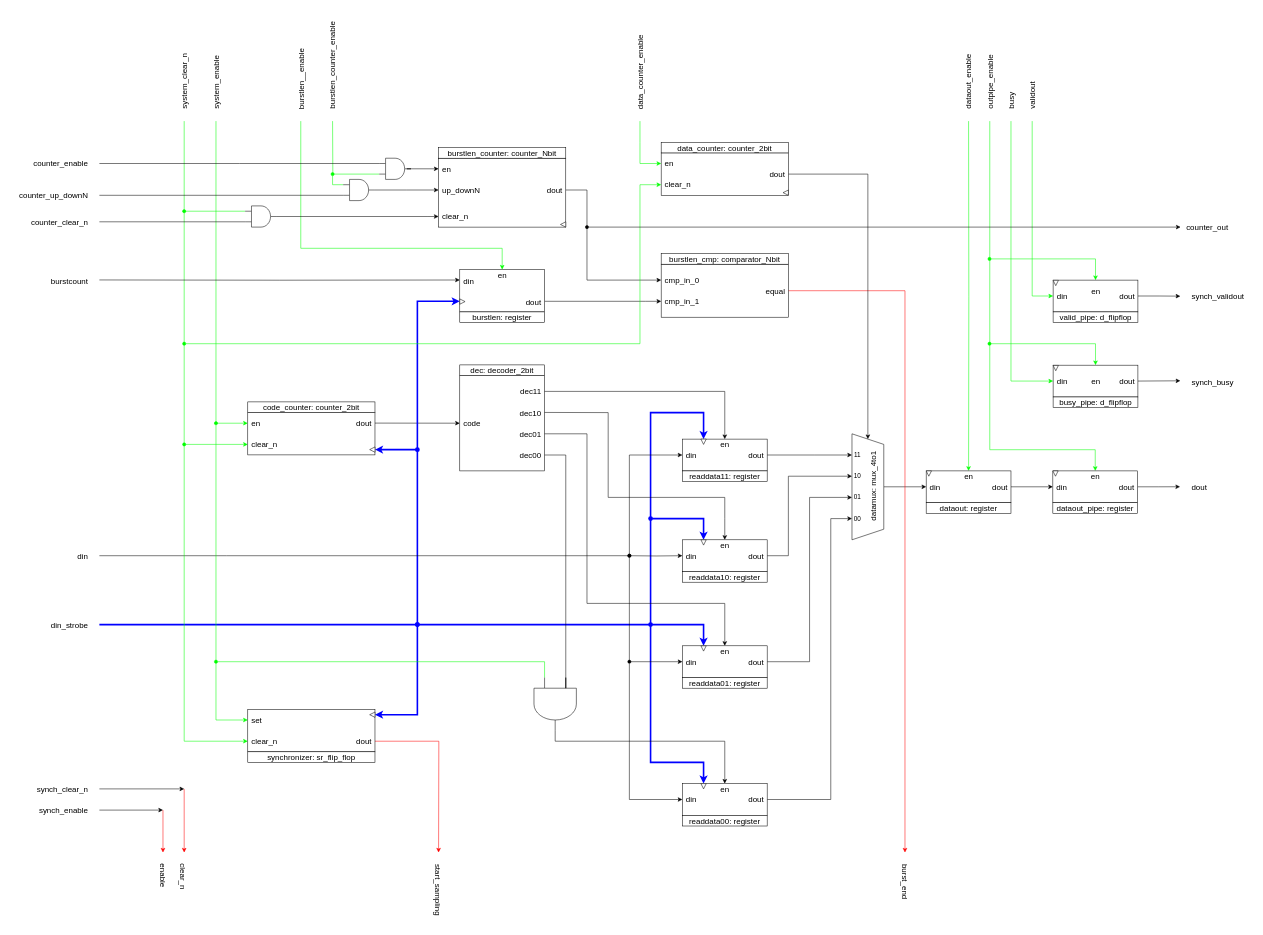
AndreaBononi/Intel_Cyclone10LP_systems keeps this draw.io diagram as page "synchronizer RTL" (9 of 12) of hyperram_system/ip/avs_to_hram_converter/schematics/avs_to_hram_converter.drawio. Above is the earlier version. Source tidied: cells renumbered, new cells numbered last; positions are measured from the earlier drawing's top-left corner, leaving out a move shared by most shapes. Both pictures are drawn from the tidied source at 53%, with x=0, y=0 at pixel (9, 51).
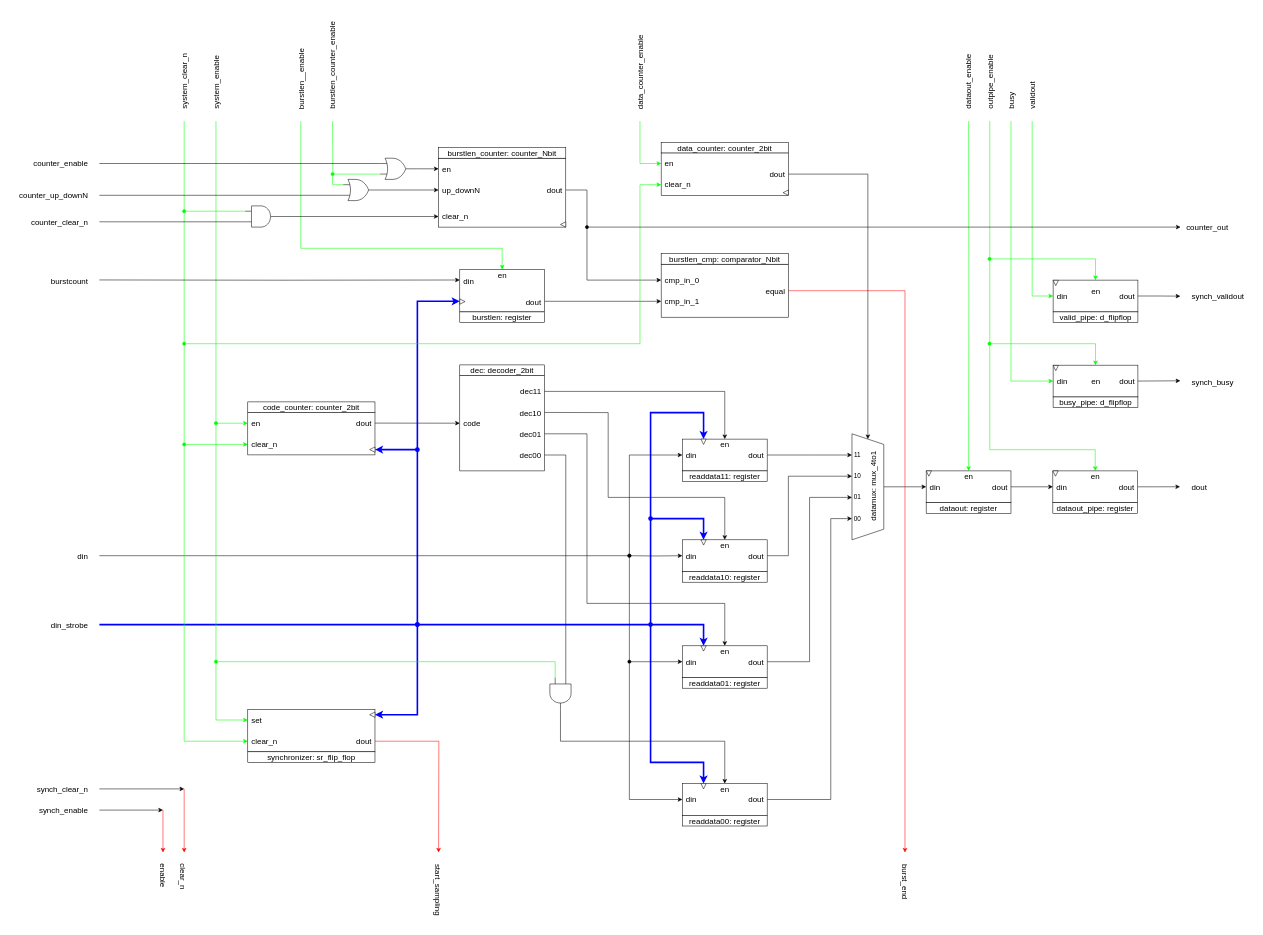
After the change.

The change refers to these unchanged cells:
```xml
<mxCell id="50" style="rounded=0;whiteSpace=wrap;html=1;horizontal=1;" parent="1" vertex="1">
  <mxGeometry x="1270" y="1381" width="160" height="60" as="geometry" />
</mxCell>
```

The edit, as a diff of the source:
```diff
@@
-    <mxCell id="25" style="endArrow=none;html=1;rounded=0;endFill=0;entryX=0;entryY=0.25;entryDx=0;entryDy=0;entryPerimeter=0;" parent="1" edge="1" target="178">
+    <mxCell id="25" style="endArrow=none;html=1;rounded=0;endFill=0;entryX=0;entryY=0.25;entryDx=0;entryDy=0;entryPerimeter=0;" parent="1" edge="1">
       <mxGeometry relative="1" as="geometry">
         <mxPoint x="1010" y="761" as="sourcePoint" />
+        <mxPoint x="1050" y="1181" as="targetPoint" />
         <Array as="points">
           <mxPoint x="1050" y="761" />
-          <mxPoint x="1050" y="1241" />
         </Array>
       </mxGeometry>
     </mxCell>
@@
-    <mxCell id="101" style="edgeStyle=orthogonalEdgeStyle;rounded=0;jettySize=auto;html=1;strokeColor=default;exitX=1;exitY=0.5;exitDx=0;exitDy=0;exitPerimeter=0;" parent="1" edge="1" source="177">
+    <mxCell id="101" style="edgeStyle=orthogonalEdgeStyle;rounded=0;jettySize=auto;html=1;strokeColor=default;exitX=1;exitY=0.5;exitDx=0;exitDy=0;exitPerimeter=0;" parent="1" edge="1" source="188">
       <mxGeometry relative="1" as="geometry">
         <mxPoint x="810" y="221" as="targetPoint" />
         <Array as="points">
-          <mxPoint x="750" y="221" />
-          <mxPoint x="750" y="221" />
+          <mxPoint x="770" y="221" />
+          <mxPoint x="770" y="221" />
         </Array>
       </mxGeometry>
     </mxCell>
@@
-    <mxCell id="134" style="edgeStyle=orthogonalEdgeStyle;rounded=0;jettySize=auto;html=1;exitX=1;exitY=0.5;exitDx=0;exitDy=0;exitPerimeter=0;" parent="1" edge="1" source="178" target="50">
+    <mxCell id="134" style="edgeStyle=orthogonalEdgeStyle;rounded=0;jettySize=auto;html=1;exitX=1;exitY=0.5;exitDx=0;exitDy=0;exitPerimeter=0;" parent="1" edge="1" source="190" target="50">
       <mxGeometry relative="1" as="geometry">
         <Array as="points">
-          <mxPoint x="1030" y="1301" />
+          <mxPoint x="1040" y="1301" />
           <mxPoint x="1350" y="1301" />
         </Array>
       </mxGeometry>
     </mxCell>
-    <mxCell id="135" style="edgeStyle=orthogonalEdgeStyle;rounded=0;jettySize=auto;html=1;exitX=0;exitY=0.75;exitDx=0;exitDy=0;exitPerimeter=0;endArrow=oval;endFill=1;strokeColor=#00FF00;" parent="1" edge="1" source="178">
+    <mxCell id="135" style="edgeStyle=orthogonalEdgeStyle;rounded=0;jettySize=auto;html=1;exitX=0;exitY=0.75;exitDx=0;exitDy=0;exitPerimeter=0;endArrow=oval;endFill=1;strokeColor=#00FF00;" parent="1" edge="1" source="190">
       <mxGeometry relative="1" as="geometry">
         <mxPoint x="390" y="1151" as="targetPoint" />
         <Array as="points">
-          <mxPoint x="1010" y="1151" />
+          <mxPoint x="1030" y="1151" />
         </Array>
       </mxGeometry>
     </mxCell>
@@
-    <mxCell id="175" style="edgeStyle=orthogonalEdgeStyle;rounded=0;jettySize=auto;html=1;exitX=0;exitY=0.75;exitDx=0;exitDy=0;exitPerimeter=0;endArrow=none;endFill=0;strokeColor=#00FF00;" parent="1" edge="1" source="177">
+    <mxCell id="175" style="edgeStyle=orthogonalEdgeStyle;rounded=0;jettySize=auto;html=1;exitX=0;exitY=0.75;exitDx=0;exitDy=0;exitPerimeter=0;endArrow=none;endFill=0;strokeColor=#00FF00;" parent="1" edge="1" source="188">
       <mxGeometry relative="1" as="geometry">
         <mxPoint x="610" y="131" as="targetPoint" />
       </mxGeometry>
     </mxCell>
-    <mxCell id="176" style="edgeStyle=orthogonalEdgeStyle;rounded=0;jettySize=auto;html=1;exitX=0;exitY=0.25;exitDx=0;exitDy=0;exitPerimeter=0;endArrow=none;endFill=0;" parent="1" edge="1" source="177">
+    <mxCell id="176" style="edgeStyle=orthogonalEdgeStyle;rounded=0;jettySize=auto;html=1;exitX=0;exitY=0.25;exitDx=0;exitDy=0;exitPerimeter=0;endArrow=none;endFill=0;" parent="1" edge="1" source="188">
       <mxGeometry relative="1" as="geometry">
         <mxPoint x="170" y="211" as="targetPoint" />
       </mxGeometry>
     </mxCell>
-    <mxCell id="177" style="verticalLabelPosition=bottom;shadow=0;dashed=0;align=center;html=1;verticalAlign=top;shape=mxgraph.electrical.logic_gates.logic_gate;operation=and;" parent="1" vertex="1">
-      <mxGeometry x="698" y="201" width="60" height="40" as="geometry" />
-    </mxCell>
-    <mxCell id="178" style="verticalLabelPosition=bottom;shadow=0;dashed=0;align=center;html=1;verticalAlign=top;shape=mxgraph.electrical.logic_gates.logic_gate;operation=and;direction=south;" parent="1" vertex="1">
-      <mxGeometry x="990" y="1181" width="80" height="100" as="geometry" />
-    </mxCell>
@@
-    <mxCell id="182" style="endArrow=none;html=1;rounded=0;endFill=0;entryX=0;entryY=0.75;entryDx=0;entryDy=0;entryPerimeter=0;" parent="1" edge="1" target="187">
+    <mxCell id="182" style="endArrow=none;html=1;rounded=0;endFill=0;entryX=0;entryY=0.75;entryDx=0;entryDy=0;entryPerimeter=0;" parent="1" edge="1">
       <mxGeometry relative="1" as="geometry">
         <mxPoint x="170" y="271" as="sourcePoint" />
+        <mxPoint x="630" y="271" as="targetPoint" />
       </mxGeometry>
     </mxCell>
@@
-    <mxCell id="185" style="edgeStyle=orthogonalEdgeStyle;rounded=0;jettySize=auto;html=1;exitX=0;exitY=0.25;exitDx=0;exitDy=0;exitPerimeter=0;endArrow=none;endFill=0;strokeColor=#00FF00;startArrow=oval;startFill=1;entryX=0;entryY=0.25;entryDx=0;entryDy=0;entryPerimeter=0;" parent="1" edge="1" target="187">
+    <mxCell id="185" style="edgeStyle=orthogonalEdgeStyle;rounded=0;orthogonalLoop=1;jettySize=auto;html=1;exitX=0;exitY=0.25;exitDx=0;exitDy=0;exitPerimeter=0;endArrow=none;endFill=0;strokeColor=#00FF00;startArrow=oval;startFill=1;entryX=0;entryY=0.25;entryDx=0;entryDy=0;entryPerimeter=0;" parent="1" edge="1">
       <mxGeometry relative="1" as="geometry">
         <mxPoint x="610" y="231" as="sourcePoint" />
+        <mxPoint x="630" y="251" as="targetPoint" />
         <Array as="points">
           <mxPoint x="610" y="251" />
         </Array>
       </mxGeometry>
     </mxCell>
-    <mxCell id="186" style="edgeStyle=orthogonalEdgeStyle;rounded=0;jettySize=auto;html=1;exitX=1;exitY=0.5;exitDx=0;exitDy=0;exitPerimeter=0;" parent="1" edge="1" source="187">
+    <mxCell id="186" style="edgeStyle=orthogonalEdgeStyle;rounded=0;orthogonalLoop=1;jettySize=auto;html=1;exitX=1;exitY=0.5;exitDx=0;exitDy=0;exitPerimeter=0;" parent="1" edge="1">
       <mxGeometry relative="1" as="geometry">
+        <mxPoint x="690" y="261" as="sourcePoint" />
         <mxPoint x="810" y="261" as="targetPoint" />
       </mxGeometry>
     </mxCell>
-    <mxCell id="187" style="verticalLabelPosition=bottom;shadow=0;dashed=0;align=center;html=1;verticalAlign=top;shape=mxgraph.electrical.logic_gates.logic_gate;operation=and;" parent="1" vertex="1">
-      <mxGeometry x="630" y="241" width="60" height="40" as="geometry" />
-    </mxCell>
+    <mxCell id="188" style="verticalLabelPosition=bottom;shadow=0;dashed=0;align=center;html=1;verticalAlign=top;shape=mxgraph.electrical.logic_gates.logic_gate;operation=or;" parent="1" vertex="1">
+      <mxGeometry x="700" y="201" width="60" height="40" as="geometry" />
+    </mxCell>
+    <mxCell id="189" style="verticalLabelPosition=bottom;shadow=0;dashed=0;align=center;html=1;verticalAlign=top;shape=mxgraph.electrical.logic_gates.logic_gate;operation=or;" parent="1" vertex="1">
+      <mxGeometry x="630" y="241" width="60" height="40" as="geometry" />
+    </mxCell>
+    <mxCell id="190" style="verticalLabelPosition=bottom;shadow=0;dashed=0;align=center;html=1;verticalAlign=top;shape=mxgraph.electrical.logic_gates.logic_gate;operation=and;direction=south;" parent="1" vertex="1">
+      <mxGeometry x="1020" y="1181" width="40" height="60" as="geometry" />
+    </mxCell>
```
